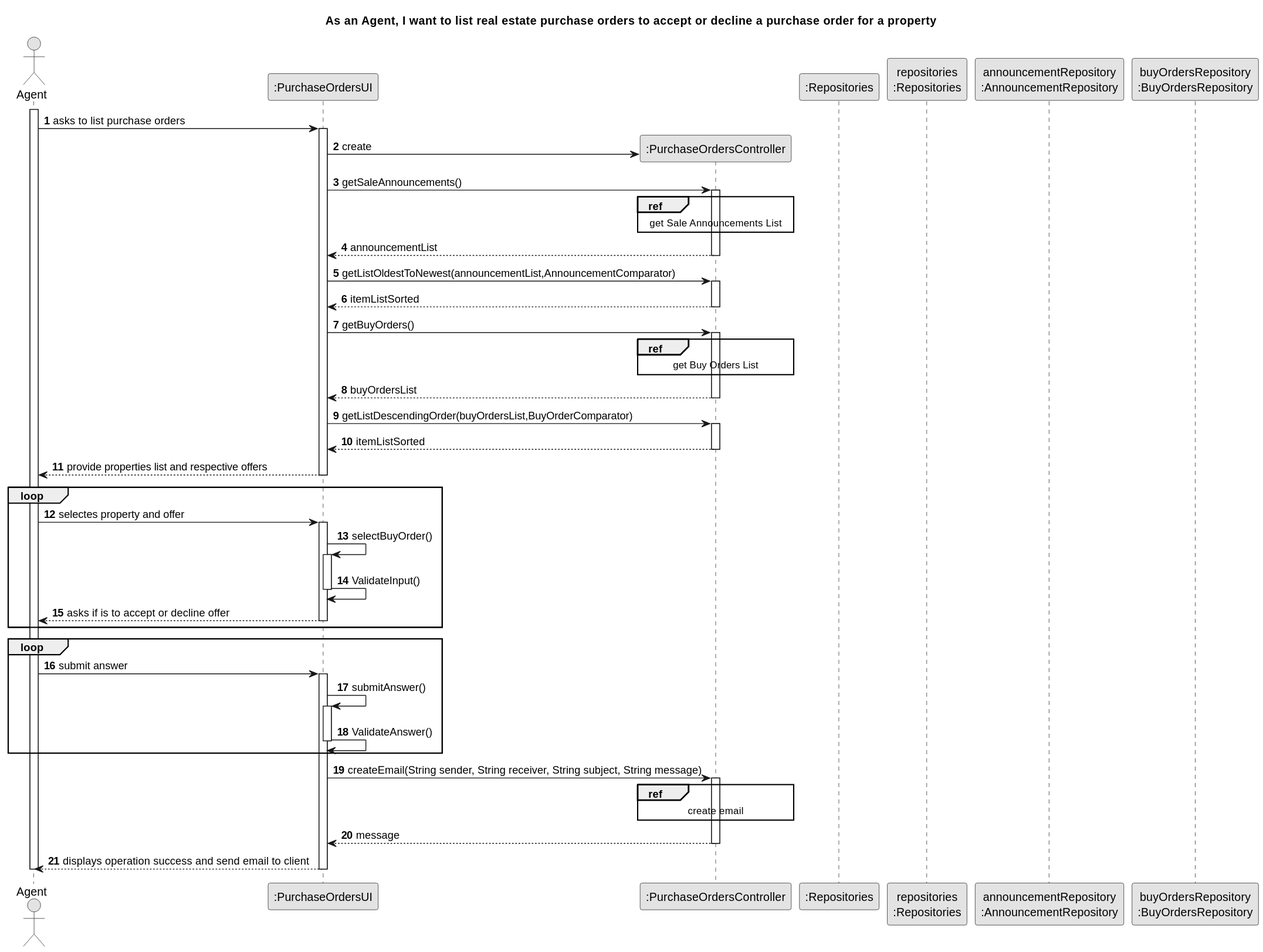
The PlantUML diagram docs/sprintD/us016/03.design/svg/us016-sequence-diagram-split.svg in Shushizinho/RealEstateUSASystem, before a commit. The source it was exported from:
```plantuml
@startuml
skinparam monochrome true
skinparam packageStyle rectangle
skinparam shadowing false

title As an Agent, I want to list real estate purchase orders to accept or decline a purchase order for a property

autonumber

actor "Agent" as AGT
participant ":PurchaseOrdersUI" as UI
participant ":PurchaseOrdersController" as CTRL
participant ":Repositories" as RepositorySingleton
participant "repositories\n:Repositories" as PLAT
participant "announcementRepository\n:AnnouncementRepository" as LOC
participant "buyOrdersRepository\n:BuyOrdersRepository" as REP


activate AGT

    AGT -> UI : asks to list purchase orders

        activate UI

            UI -> CTRL** : create

            UI->CTRL : getSaleAnnouncements()

                activate CTRL
                    ref over CTRL
                    get Sale Announcements List
                    end ref

                autonumber 4
                CTRL-->UI : announcementList
                deactivate CTRL

            UI -> CTRL : getListOldestToNewest(announcementList,AnnouncementComparator)
                activate CTRL



            autonumber 6
            CTRL --> UI : itemListSorted
            deactivate CTRL

            UI ->CTRL: getBuyOrders()

                activate CTRL
                    ref over CTRL
                    get Buy Orders List
                    end ref

                autonumber 8
            CTRL-->UI : buyOrdersList
            deactivate CTRL

            UI -> CTRL : getListDescendingOrder(buyOrdersList,BuyOrderComparator)
                activate CTRL


            autonumber 10
            CTRL --> UI : itemListSorted
            deactivate CTRL

            UI --> AGT : provide properties list and respective offers
        deactivate UI

    group loop
    AGT -> UI : selectes property and offer
    activate UI

        UI -> UI : selectBuyOrder()
        activate UI

        UI->UI : ValidateInput()
        deactivate UI


    UI--> AGT : asks if is to accept or decline offer
    deactivate UI
    end

    group loop
    AGT -> UI : submit answer
    activate UI

        UI -> UI : submitAnswer()
        activate UI

        UI->UI : ValidateAnswer()
        deactivate UI
    end

        UI -> CTRL : createEmail(String sender, String receiver, String subject, String message)
            activate CTRL
                ref over CTRL
                create email
                end ref
            CTRL --> UI : message
        deactivate CTRL
    UI --> AGT: displays operation success and send email to client
    deactivate UI


deactivate AGT
@enduml
```
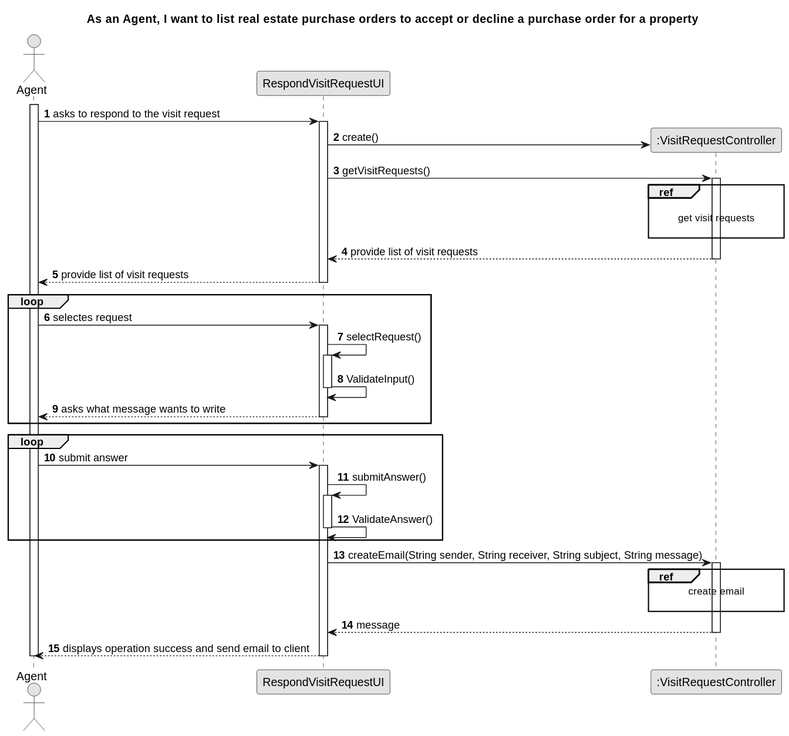
The same file after the commit.

Diff of the diagram source:
```diff
@@ -8,76 +8,50 @@
 autonumber
 
 actor "Agent" as AGT
-participant ":PurchaseOrdersUI" as UI
-participant ":PurchaseOrdersController" as CTRL
-participant ":Repositories" as RepositorySingleton
-participant "repositories\n:Repositories" as PLAT
-participant "announcementRepository\n:AnnouncementRepository" as LOC
-participant "buyOrdersRepository\n:BuyOrdersRepository" as REP
+participant "RespondVisitRequestUI" as UI
+participant ":VisitRequestController" as CTRL
+
 
 
 activate AGT
 
-    AGT -> UI : asks to list purchase orders
+    AGT -> UI : asks to respond to the visit request
+    activate UI
 
-        activate UI
+    UI ->CTRL**: create()
+     UI -> CTRL : getVisitRequests()
 
-            UI -> CTRL** : create
+     activate CTRL
 
-            UI->CTRL : getSaleAnnouncements()
+     ref over CTRL
 
-                activate CTRL
-                    ref over CTRL
-                    get Sale Announcements List
-                    end ref
+     get visit requests
 
-                autonumber 4
-                CTRL-->UI : announcementList
-                deactivate CTRL
-
-            UI -> CTRL : getListOldestToNewest(announcementList,AnnouncementComparator)
-                activate CTRL
+     end ref
 
 
 
-            autonumber 6
-            CTRL --> UI : itemListSorted
-            deactivate CTRL
-
-            UI ->CTRL: getBuyOrders()
-
-                activate CTRL
-                    ref over CTRL
-                    get Buy Orders List
-                    end ref
-
-                autonumber 8
-            CTRL-->UI : buyOrdersList
-            deactivate CTRL
-
-            UI -> CTRL : getListDescendingOrder(buyOrdersList,BuyOrderComparator)
-                activate CTRL
+      CTRL --> UI : provide list of visit requests
+     deactivate CTRL
 
 
-            autonumber 10
-            CTRL --> UI : itemListSorted
-            deactivate CTRL
 
-            UI --> AGT : provide properties list and respective offers
-        deactivate UI
+    UI --> AGT : provide list of visit requests
+    deactivate UI
+
 
     group loop
-    AGT -> UI : selectes property and offer
+    AGT -> UI : selectes request
     activate UI
 
-        UI -> UI : selectBuyOrder()
+        UI -> UI : selectRequest()
         activate UI
 
         UI->UI : ValidateInput()
         deactivate UI
 
 
-    UI--> AGT : asks if is to accept or decline offer
+    UI--> AGT : asks what message wants to write
     deactivate UI
     end
 
@@ -90,18 +64,23 @@
 
         UI->UI : ValidateAnswer()
         deactivate UI
-    end
+
+        end
 
         UI -> CTRL : createEmail(String sender, String receiver, String subject, String message)
-            activate CTRL
-                ref over CTRL
-                create email
-                end ref
-            CTRL --> UI : message
+
+        activate CTRL
+
+        ref over CTRL
+        create email
+
+        end ref
+
+
+        CTRL --> UI : message
         deactivate CTRL
     UI --> AGT: displays operation success and send email to client
     deactivate UI
 
-
 deactivate AGT
 @enduml
```
